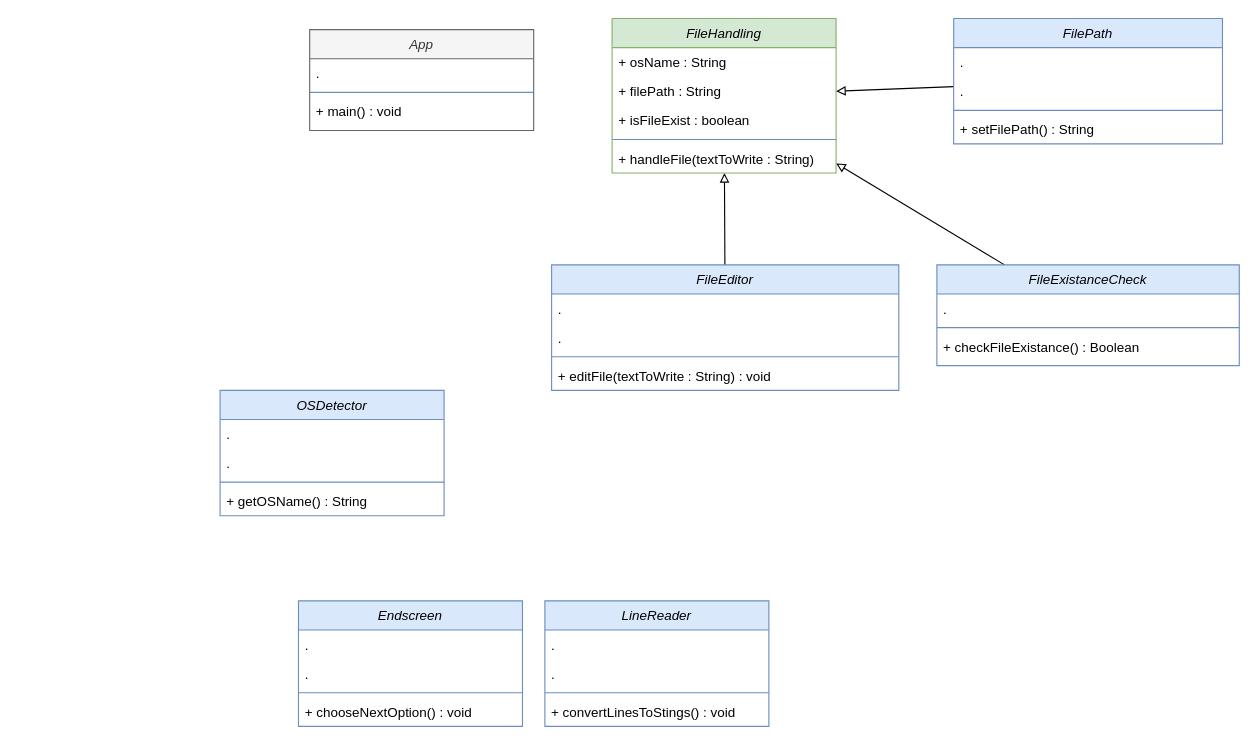
Before: page "Classes Diagram" (1 of 7) of todolist.drawio in bschostak/ToDoList, a draw.io diagram. Source tidied: cells renumbered, new cells numbered last; positions are measured from the earlier drawing's top-left corner, leaving out a move shared by most shapes. Both pictures are drawn from the tidied source at 112%, with x=0, y=0 at pixel (220, 18).
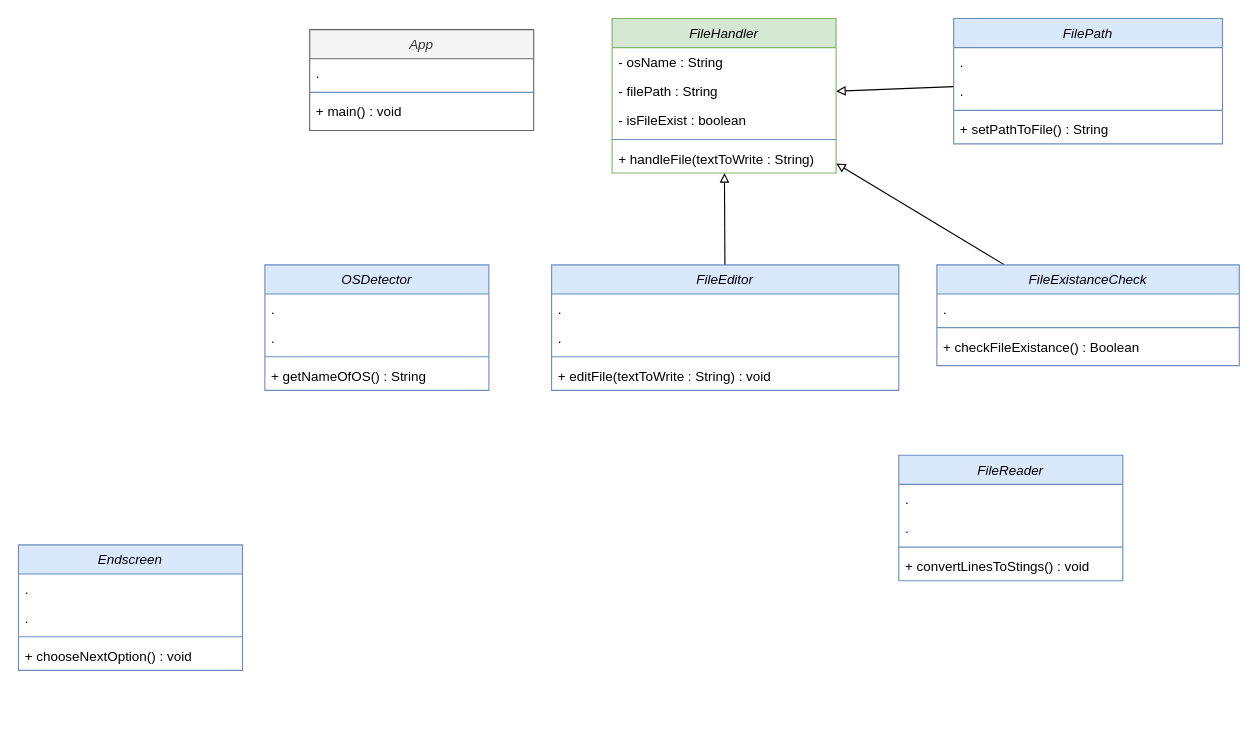
After the change.

The change refers to these unchanged cells:
```xml
<mxCell id="12" value="FilePath" style="swimlane;fontStyle=2;align=center;verticalAlign=top;horizontal=1;startSize=26;rounded=0;shadow=0;strokeWidth=1;fillColor=#dae8fc;strokeColor=#6c8ebf;" parent="1" vertex="1">
  <mxGeometry x="655" width="240" height="112" as="geometry" />
</mxCell>
```

Diff of the diagram source:
```diff
@@
-    <mxCell id="16" value="+ setFilePath() : String" style="text;align=left;verticalAlign=top;spacingLeft=4;spacingRight=4;overflow=hidden;" parent="12" vertex="1">
+    <mxCell id="16" value="+ setPathToFile() : String" style="text;align=left;verticalAlign=top;spacingLeft=4;spacingRight=4;overflow=hidden;" parent="12" vertex="1">
       <mxGeometry y="86" width="240" height="26" as="geometry" />
     </mxCell>
-    <mxCell id="17" value="LineReader" style="swimlane;fontStyle=2;align=center;verticalAlign=top;horizontal=1;startSize=26;rounded=0;shadow=0;strokeWidth=1;fillColor=#dae8fc;strokeColor=#6c8ebf;" parent="1" vertex="1">
-      <mxGeometry x="290" y="520" width="200" height="112" as="geometry" />
+    <mxCell id="17" value="FileReader" style="swimlane;fontStyle=2;align=center;verticalAlign=top;horizontal=1;startSize=26;rounded=0;shadow=0;strokeWidth=1;fillColor=#dae8fc;strokeColor=#6c8ebf;" parent="1" vertex="1">
+      <mxGeometry x="606" y="390" width="200" height="112" as="geometry" />
     </mxCell>
@@
     <mxCell id="22" value="OSDetector" style="swimlane;fontStyle=2;align=center;verticalAlign=top;horizontal=1;startSize=26;rounded=0;shadow=0;strokeWidth=1;fillColor=#dae8fc;strokeColor=#6c8ebf;" parent="1" vertex="1">
-      <mxGeometry y="332" width="200" height="112" as="geometry" />
+      <mxGeometry x="40" y="220" width="200" height="112" as="geometry" />
     </mxCell>
@@
-    <mxCell id="26" value="+ getOSName() : String" style="text;align=left;verticalAlign=top;spacingLeft=4;spacingRight=4;overflow=hidden;" parent="22" vertex="1">
+    <mxCell id="26" value="+ getNameOfOS() : String" style="text;align=left;verticalAlign=top;spacingLeft=4;spacingRight=4;overflow=hidden;" parent="22" vertex="1">
       <mxGeometry y="86" width="200" height="26" as="geometry" />
     </mxCell>
@@
     <mxCell id="33" value="Endscreen" style="swimlane;fontStyle=2;align=center;verticalAlign=top;horizontal=1;startSize=26;rounded=0;shadow=0;strokeWidth=1;fillColor=#dae8fc;strokeColor=#6c8ebf;" parent="1" vertex="1">
-      <mxGeometry x="70" y="520" width="200" height="112" as="geometry" />
+      <mxGeometry x="-180" y="470" width="200" height="112" as="geometry" />
     </mxCell>
@@
-    <mxCell id="38" value="FileHandling" style="swimlane;fontStyle=2;align=center;verticalAlign=top;horizontal=1;startSize=26;rounded=0;shadow=0;strokeWidth=1;fillColor=#d5e8d4;strokeColor=#82b366;" parent="1" vertex="1">
+    <mxCell id="38" value="FileHandler" style="swimlane;fontStyle=2;align=center;verticalAlign=top;horizontal=1;startSize=26;rounded=0;shadow=0;strokeWidth=1;fillColor=#d5e8d4;strokeColor=#82b366;" parent="1" vertex="1">
       <mxGeometry x="350" width="200" height="138" as="geometry" />
     </mxCell>
-    <mxCell id="39" value="+ osName : String" style="text;align=left;verticalAlign=top;spacingLeft=4;spacingRight=4;overflow=hidden;rounded=0;shadow=0;html=0;" parent="38" vertex="1">
+    <mxCell id="39" value="- osName : String" style="text;align=left;verticalAlign=top;spacingLeft=4;spacingRight=4;overflow=hidden;rounded=0;shadow=0;html=0;" parent="38" vertex="1">
       <mxGeometry y="26" width="200" height="26" as="geometry" />
     </mxCell>
-    <mxCell id="40" value="+ filePath : String" style="text;align=left;verticalAlign=top;spacingLeft=4;spacingRight=4;overflow=hidden;rounded=0;shadow=0;html=0;" parent="38" vertex="1">
+    <mxCell id="40" value="- filePath : String" style="text;align=left;verticalAlign=top;spacingLeft=4;spacingRight=4;overflow=hidden;rounded=0;shadow=0;html=0;" parent="38" vertex="1">
       <mxGeometry y="52" width="200" height="26" as="geometry" />
     </mxCell>
-    <mxCell id="41" value="+ isFileExist : boolean" style="text;align=left;verticalAlign=top;spacingLeft=4;spacingRight=4;overflow=hidden;rounded=0;shadow=0;html=0;" parent="38" vertex="1">
+    <mxCell id="41" value="- isFileExist : boolean" style="text;align=left;verticalAlign=top;spacingLeft=4;spacingRight=4;overflow=hidden;rounded=0;shadow=0;html=0;" parent="38" vertex="1">
       <mxGeometry y="78" width="200" height="26" as="geometry" />
     </mxCell>
```
